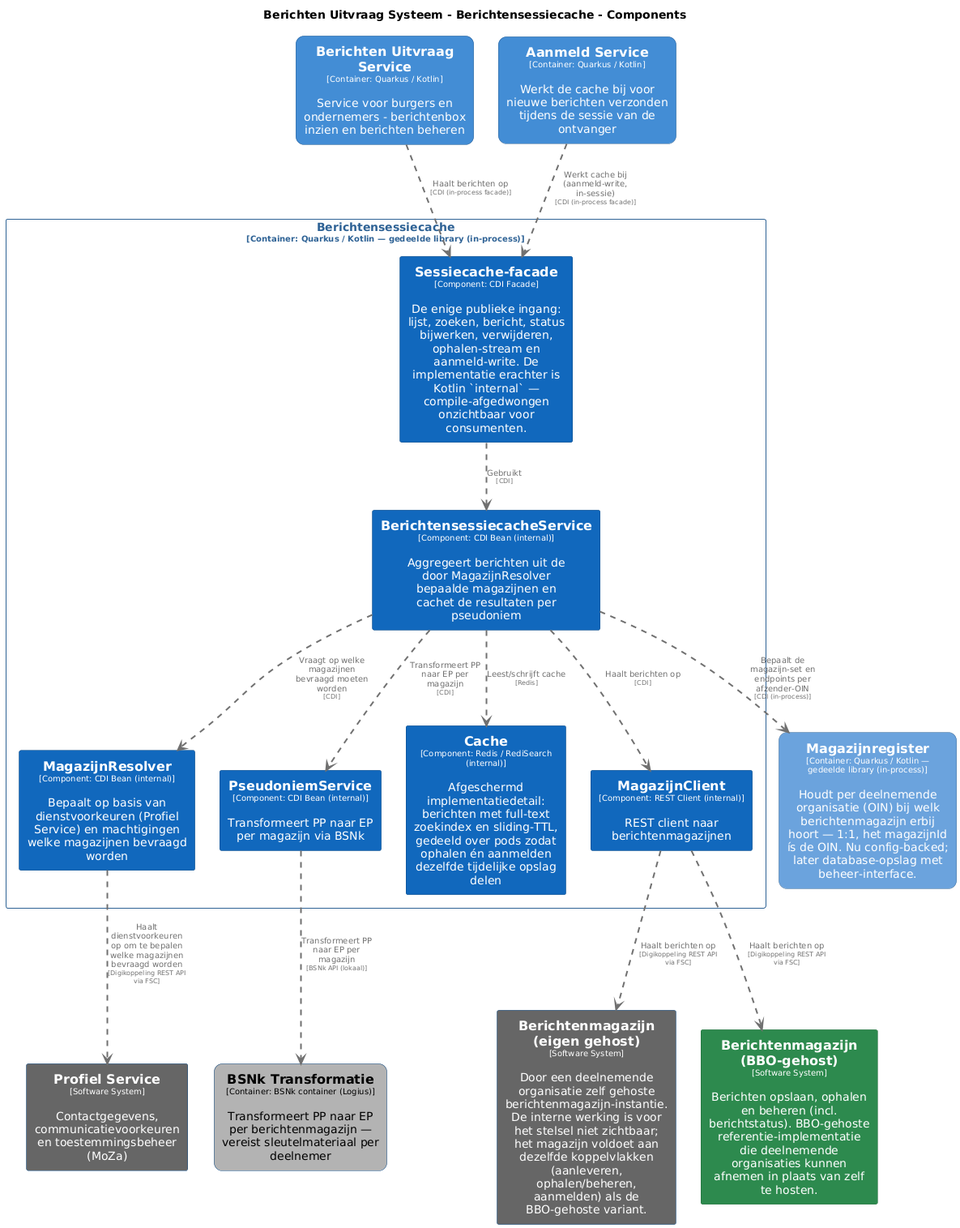
Before: pr-preview/pr-95/master/png/BerichtensessiecacheComponenten.png, a diagram exported from PlantUML (MinBZK/moza-poc-fbs-berichtenbox).
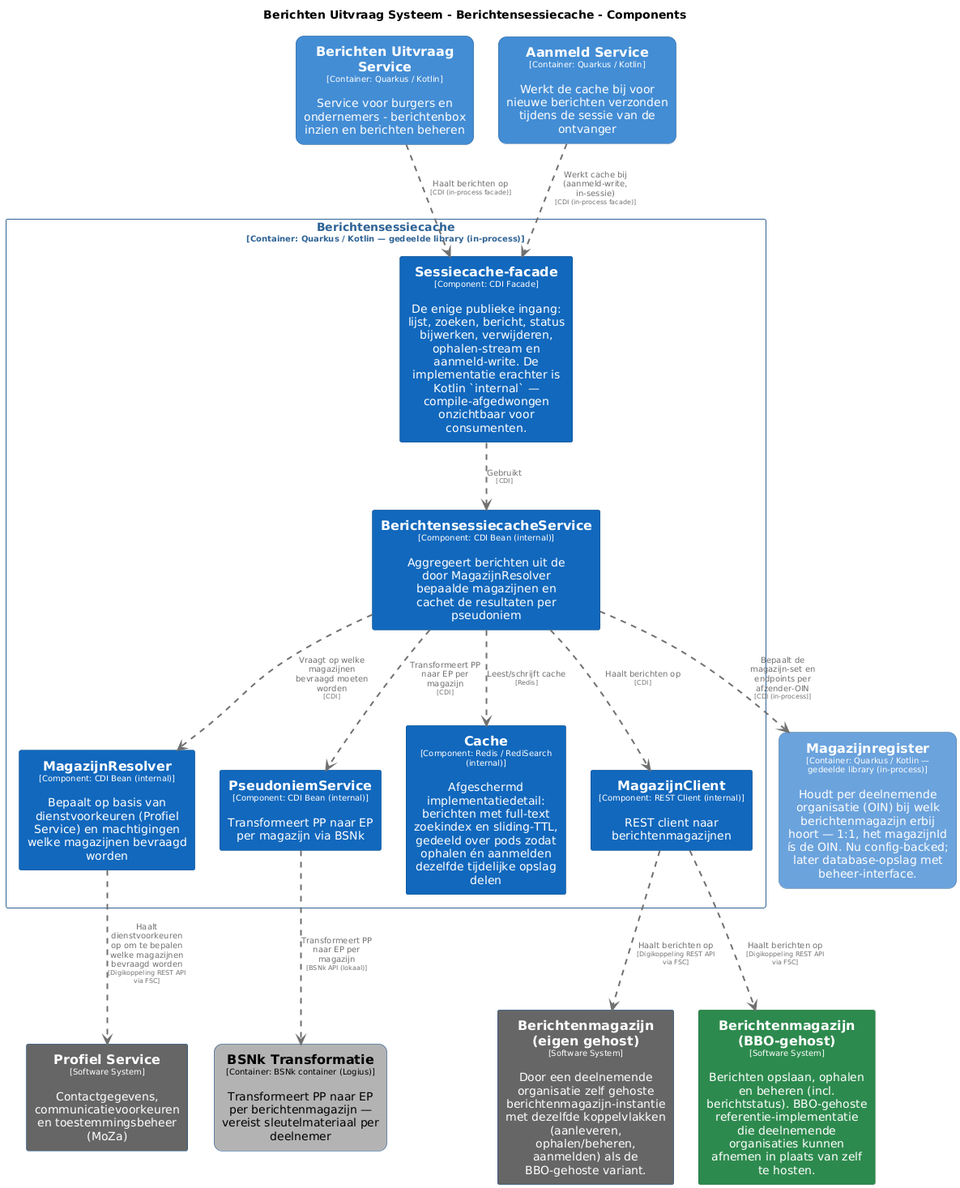
Later version of the same file.

Change to the diagram source:
```diff
@@ -104,7 +104,7 @@
 }
 
 rectangle "==Profiel Service\n<size:10>[Software System]</size>\n\nContactgegevens, communicatievoorkeuren en toestemmingsbeheer (MoZa)" <<ProfielService>> as ProfielService
-rectangle "==Berichtenmagazijn (eigen gehost)\n<size:10>[Software System]</size>\n\nDoor een deelnemende organisatie zelf gehoste berichtenmagazijn-instantie. De interne werking is voor het stelsel niet zichtbaar; het magazijn voldoet aan dezelfde koppelvlakken (aanleveren, ophalen/beheren, aanmelden) als de BBO-gehoste variant." <<Berichtenmagazijneigengehost>> as Berichtenmagazijneigengehost
+rectangle "==Berichtenmagazijn (eigen gehost)\n<size:10>[Software System]</size>\n\nDoor een deelnemende organisatie zelf gehoste berichtenmagazijn-instantie met dezelfde koppelvlakken (aanleveren, ophalen/beheren, aanmelden) als de BBO-gehoste variant." <<Berichtenmagazijneigengehost>> as Berichtenmagazijneigengehost
 rectangle "==Berichtenmagazijn (BBO-gehost)\n<size:10>[Software System]</size>\n\nBerichten opslaan, ophalen en beheren (incl. berichtstatus). BBO-gehoste referentie-implementatie die deelnemende organisaties kunnen afnemen in plaats van zelf te hosten." <<BerichtenmagazijnBBOgehost>> as BerichtenmagazijnBBOgehost
 rectangle "==Berichten Uitvraag Service\n<size:10>[Container: Quarkus / Kotlin]</size>\n\nService voor burgers en ondernemers - berichtenbox inzien en berichten beheren" <<BerichtenUitvraagSysteem.BerichtenUitvraagService>> as BerichtenUitvraagSysteem.BerichtenUitvraagService
 rectangle "==BSNk Transformatie\n<size:10>[Container: BSNk container (Logius)]</size>\n\nTransformeert PP naar EP per berichtenmagazijn — vereist sleutelmateriaal per deelnemer" <<BerichtenUitvraagSysteem.BSNkTransformatie>> as BerichtenUitvraagSysteem.BSNkTransformatie
```
